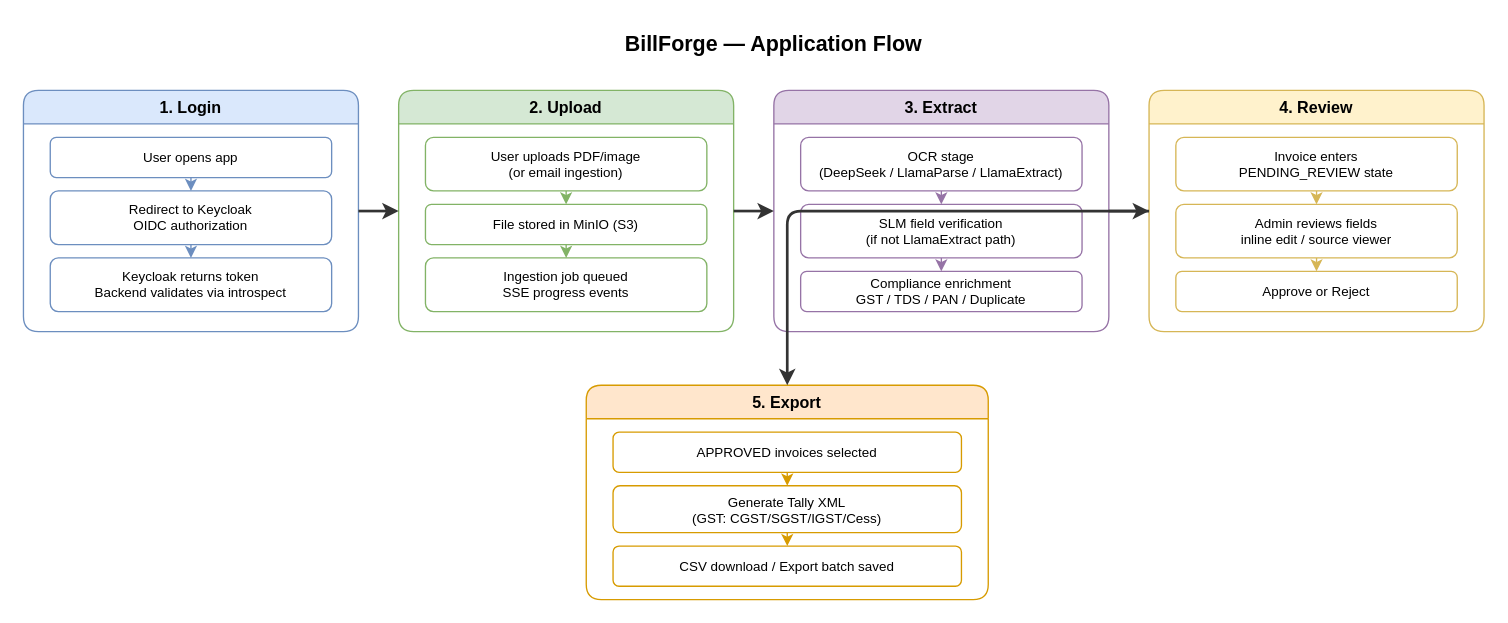
This is docs/diagrams/application-flow.drawio from abhimanyusingh-gh/BillForge, a draw.io file, before an edit. Source tidied: cells renumbered, new cells numbered last; positions are measured from the earlier drawing's top-left corner, leaving out a move shared by most shapes. Both pictures are drawn from the tidied source at 134%, with x=0, y=0 at pixel (23, 23).
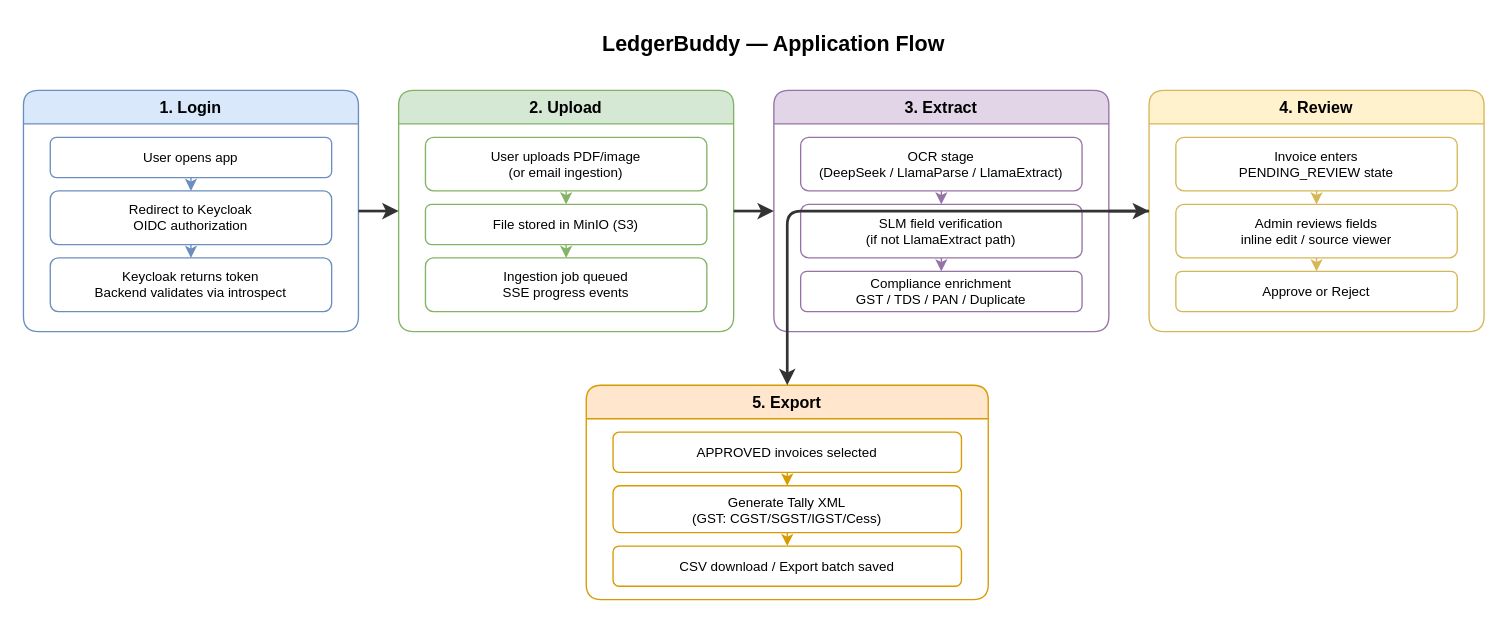
Above is the later version.

Diff of the diagram source:
```diff
@@
-    <mxCell id="2" value="BillForge — Application Flow" style="text;html=1;fontSize=16;fontStyle=1;align=center;verticalAlign=middle;whiteSpace=wrap;" parent="1" vertex="1">
+    <mxCell id="2" value="LedgerBuddy — Application Flow" style="text;html=1;fontSize=16;fontStyle=1;align=center;verticalAlign=middle;whiteSpace=wrap;" parent="1" vertex="1">
       <mxGeometry x="360" width="400" height="30" as="geometry" />
     </mxCell>
```
